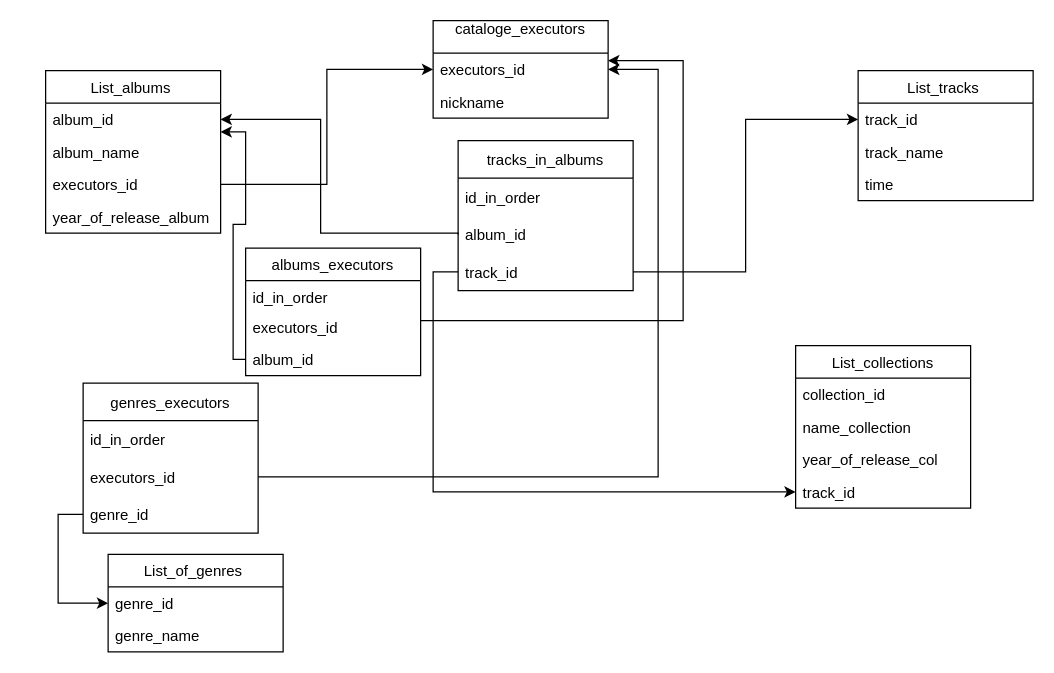
Above: схема ДЗ №3.drawio in sav1979/Designing-BD-zvyazi-ZNF (draw.io), before the change. Source tidied: cells renumbered, new cells numbered last; positions are measured from the earlier drawing's top-left corner, leaving out a move shared by most shapes. Both pictures are drawn from the tidied source at 125%, with x=0, y=0 at pixel (45, 20).
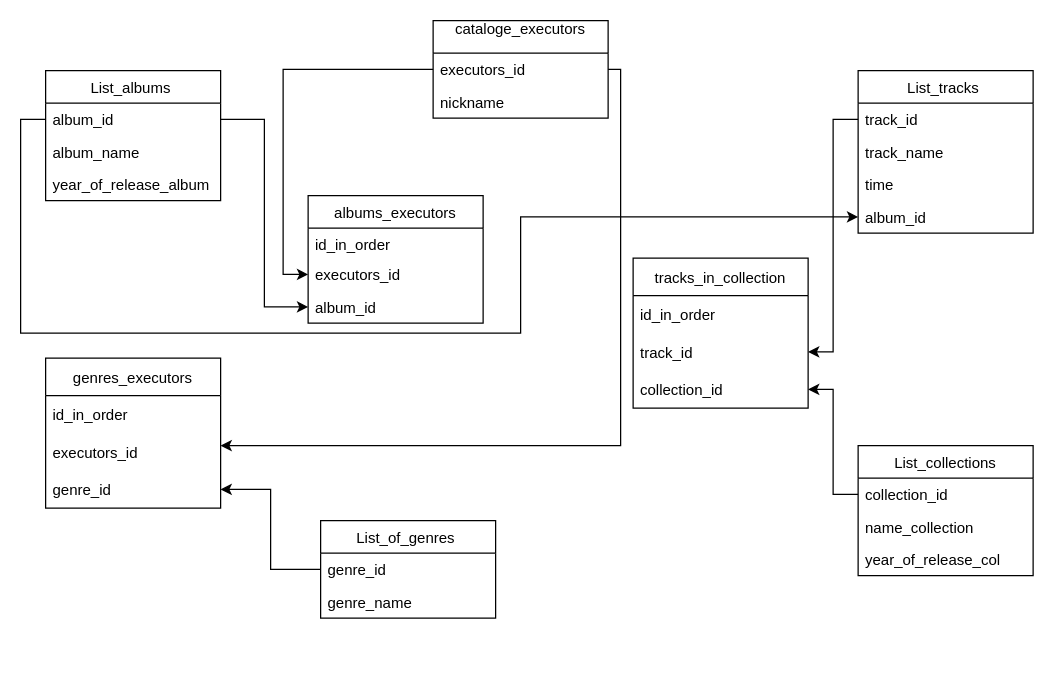
After the change.

The change refers to these unchanged cells:
```xml
<mxCell id="3" value="executors_id " style="text;strokeColor=none;fillColor=none;align=left;verticalAlign=top;spacingLeft=4;spacingRight=4;overflow=hidden;points=[[0,0.5],[1,0.5]];portConstraint=eastwest;" parent="2" vertex="1">
  <mxGeometry y="26" width="140" height="26" as="geometry" />
</mxCell>
<mxCell id="6" value="album_id " style="text;strokeColor=none;fillColor=none;align=left;verticalAlign=top;spacingLeft=4;spacingRight=4;overflow=hidden;points=[[0,0.5],[1,0.5]];portConstraint=eastwest;" parent="5" vertex="1">
  <mxGeometry y="26" width="140" height="26" as="geometry" />
</mxCell>
<mxCell id="11" value="track_id " style="text;strokeColor=none;fillColor=none;align=left;verticalAlign=top;spacingLeft=4;spacingRight=4;overflow=hidden;points=[[0,0.5],[1,0.5]];portConstraint=eastwest;" parent="10" vertex="1">
  <mxGeometry y="26" width="140" height="26" as="geometry" />
</mxCell>
<mxCell id="15" value="genre_id " style="text;strokeColor=none;fillColor=none;align=left;verticalAlign=top;spacingLeft=4;spacingRight=4;overflow=hidden;points=[[0,0.5],[1,0.5]];portConstraint=eastwest;" parent="14" vertex="1">
  <mxGeometry y="26" width="140" height="26" as="geometry" />
</mxCell>
<mxCell id="19" value="executors_id " style="text;strokeColor=none;fillColor=none;align=left;verticalAlign=top;spacingLeft=4;spacingRight=4;overflow=hidden;points=[[0,0.5],[1,0.5]];portConstraint=eastwest;" parent="17" vertex="1">
  <mxGeometry y="50" width="140" height="26" as="geometry" />
</mxCell>
<mxCell id="20" value="album_id" style="text;strokeColor=none;fillColor=none;align=left;verticalAlign=top;spacingLeft=4;spacingRight=4;overflow=hidden;points=[[0,0.5],[1,0.5]];portConstraint=eastwest;" parent="17" vertex="1">
  <mxGeometry y="76" width="140" height="26" as="geometry" />
</mxCell>
<mxCell id="22" value="collection_id" style="text;strokeColor=none;fillColor=none;align=left;verticalAlign=top;spacingLeft=4;spacingRight=4;overflow=hidden;points=[[0,0.5],[1,0.5]];portConstraint=eastwest;" parent="21" vertex="1">
  <mxGeometry y="26" width="140" height="26" as="geometry" />
</mxCell>
<mxCell id="34" value="executors_id " style="text;strokeColor=none;fillColor=none;align=left;verticalAlign=middle;spacingLeft=4;spacingRight=4;overflow=hidden;points=[[0,0.5],[1,0.5]];portConstraint=eastwest;" parent="32" vertex="1">
  <mxGeometry y="60" width="140" height="30" as="geometry" />
</mxCell>
<mxCell id="35" value="genre_id " style="text;strokeColor=none;fillColor=none;align=left;verticalAlign=middle;spacingLeft=4;spacingRight=4;overflow=hidden;points=[[0,0.5],[1,0.5]];portConstraint=eastwest;" parent="32" vertex="1">
  <mxGeometry y="90" width="140" height="30" as="geometry" />
</mxCell>
```

Change to the diagram source:
```diff
@@
     <mxCell id="5" value="List_albums " style="swimlane;fontStyle=0;horizontal=1;startSize=26;fillColor=none;" parent="1" vertex="1">
-      <mxGeometry y="40" width="140" height="130" as="geometry" />
+      <mxGeometry y="40" width="140" height="104" as="geometry" />
     </mxCell>
@@
-    <mxCell id="8" value="executors_id " style="text;strokeColor=none;fillColor=none;align=left;verticalAlign=top;spacingLeft=4;spacingRight=4;overflow=hidden;points=[[0,0.5],[1,0.5]];portConstraint=eastwest;" parent="5" vertex="1">
-      <mxGeometry y="78" width="140" height="26" as="geometry" />
-    </mxCell>
     <mxCell id="9" value="year_of_release_album" style="text;strokeColor=none;fillColor=none;align=left;verticalAlign=top;spacingLeft=4;spacingRight=4;overflow=hidden;" parent="5" vertex="1">
-      <mxGeometry y="104" width="140" height="26" as="geometry" />
+      <mxGeometry y="78" width="140" height="26" as="geometry" />
     </mxCell>
     <mxCell id="10" value="List_tracks " style="swimlane;fontStyle=0;horizontal=1;startSize=26;fillColor=none;" parent="1" vertex="1">
-      <mxGeometry x="650" y="40" width="140" height="104" as="geometry" />
+      <mxGeometry x="650" y="40" width="140" height="130" as="geometry" />
     </mxCell>
@@
+    <mxCell id="42" value="album_id " style="text;strokeColor=none;fillColor=none;align=left;verticalAlign=top;spacingLeft=4;spacingRight=4;overflow=hidden;points=[[0,0.5],[1,0.5]];portConstraint=eastwest;" parent="10" vertex="1">
+      <mxGeometry y="104" width="140" height="26" as="geometry" />
+    </mxCell>
     <mxCell id="14" value="List_of_genres " style="swimlane;fontStyle=0;horizontal=1;startSize=26;fillColor=none;" parent="1" vertex="1">
-      <mxGeometry x="50" y="427" width="140" height="78" as="geometry" />
+      <mxGeometry x="220" y="400" width="140" height="78" as="geometry" />
     </mxCell>
@@
     <mxCell id="17" value="albums_executors" style="swimlane;fontStyle=0;horizontal=1;startSize=26;fillColor=none;" parent="1" vertex="1">
-      <mxGeometry x="160" y="182" width="140" height="102" as="geometry" />
+      <mxGeometry x="210" y="140" width="140" height="102" as="geometry" />
     </mxCell>
@@
     <mxCell id="21" value="List_collections" style="swimlane;fontStyle=0;horizontal=1;startSize=26;fillColor=none;" parent="1" vertex="1">
-      <mxGeometry x="600" y="260" width="140" height="130" as="geometry" />
+      <mxGeometry x="650" y="340" width="140" height="104" as="geometry" />
     </mxCell>
@@
-    <mxCell id="25" value="track_id " style="text;strokeColor=none;fillColor=none;align=left;verticalAlign=top;spacingLeft=4;spacingRight=4;overflow=hidden;points=[[0,0.5],[1,0.5]];portConstraint=eastwest;" parent="21" vertex="1">
-      <mxGeometry y="104" width="140" height="26" as="geometry" />
-    </mxCell>
-    <mxCell id="26" style="edgeStyle=orthogonalEdgeStyle;rounded=0;jettySize=auto;html=1;exitX=1;exitY=0.5;exitDx=0;exitDy=0;entryX=0;entryY=0.5;entryDx=0;entryDy=0;" parent="1" edge="1" source="8" target="3">
-      <mxGeometry relative="1" as="geometry" />
-    </mxCell>
-    <mxCell id="27" value="tracks_in_albums" style="swimlane;fontStyle=0;horizontal=1;startSize=30;" parent="1" vertex="1">
-      <mxGeometry x="330" y="96" width="140" height="120" as="geometry" />
+    <mxCell id="27" value="tracks_in_collection" style="swimlane;fontStyle=0;horizontal=1;startSize=30;" parent="1" vertex="1">
+      <mxGeometry x="470" y="190" width="140" height="120" as="geometry" />
     </mxCell>
@@
+    <mxCell id="30" value="track_id " style="text;strokeColor=none;fillColor=none;align=left;verticalAlign=middle;spacingLeft=4;spacingRight=4;overflow=hidden;points=[[0,0.5],[1,0.5]];portConstraint=eastwest;" parent="27" vertex="1">
+      <mxGeometry y="60" width="140" height="30" as="geometry" />
+    </mxCell>
-    <mxCell id="29" value="album_id " style="text;strokeColor=none;fillColor=none;align=left;verticalAlign=middle;spacingLeft=4;spacingRight=4;overflow=hidden;points=[[0,0.5],[1,0.5]];portConstraint=eastwest;" parent="27" vertex="1">
-      <mxGeometry y="60" width="140" height="30" as="geometry" />
+    <mxCell id="29" value="collection_id " style="text;strokeColor=none;fillColor=none;align=left;verticalAlign=middle;spacingLeft=4;spacingRight=4;overflow=hidden;points=[[0,0.5],[1,0.5]];portConstraint=eastwest;" parent="27" vertex="1">
+      <mxGeometry y="90" width="140" height="30" as="geometry" />
     </mxCell>
-    <mxCell id="30" value="track_id " style="text;strokeColor=none;fillColor=none;align=left;verticalAlign=middle;spacingLeft=4;spacingRight=4;overflow=hidden;points=[[0,0.5],[1,0.5]];portConstraint=eastwest;" parent="27" vertex="1">
-      <mxGeometry y="90" width="140" height="30" as="geometry" />
-    </mxCell>
-    <mxCell id="31" style="edgeStyle=orthogonalEdgeStyle;rounded=0;jettySize=auto;html=1;exitX=0;exitY=0.5;exitDx=0;exitDy=0;entryX=1;entryY=0.5;entryDx=0;entryDy=0;" parent="1" edge="1" source="29" target="6">
-      <mxGeometry relative="1" as="geometry">
-        <Array as="points">
-          <mxPoint x="330" y="170" />
-          <mxPoint x="220" y="170" />
-          <mxPoint x="220" y="79" />
-        </Array>
-      </mxGeometry>
-    </mxCell>
     <mxCell id="32" value="genres_executors" style="swimlane;fontStyle=0;horizontal=1;startSize=30;" parent="1" vertex="1">
-      <mxGeometry x="30" y="290" width="140" height="120" as="geometry" />
+      <mxGeometry y="270" width="140" height="120" as="geometry" />
     </mxCell>
@@
-    <mxCell id="36" style="edgeStyle=orthogonalEdgeStyle;rounded=0;jettySize=auto;html=1;exitX=1;exitY=0.5;exitDx=0;exitDy=0;entryX=1;entryY=0.5;entryDx=0;entryDy=0;" parent="1" edge="1" source="34" target="3">
-      <mxGeometry relative="1" as="geometry">
-        <Array as="points">
-          <mxPoint x="490" y="365" />
-          <mxPoint x="490" y="39" />
-        </Array>
-      </mxGeometry>
-    </mxCell>
-    <mxCell id="37" style="edgeStyle=orthogonalEdgeStyle;rounded=0;jettySize=auto;html=1;exitX=0;exitY=0.5;exitDx=0;exitDy=0;entryX=0;entryY=0.5;entryDx=0;entryDy=0;" parent="1" edge="1" source="35" target="15">
-      <mxGeometry relative="1" as="geometry" />
-    </mxCell>
-    <mxCell id="38" style="edgeStyle=orthogonalEdgeStyle;rounded=0;jettySize=auto;html=1;exitX=0;exitY=0.5;exitDx=0;exitDy=0;entryX=1;entryY=0.885;entryDx=0;entryDy=0;entryPerimeter=0;" parent="1" edge="1" source="20" target="6">
-      <mxGeometry relative="1" as="geometry">
-        <Array as="points">
-          <mxPoint x="150" y="271" />
-          <mxPoint x="150" y="163" />
-          <mxPoint x="160" y="163" />
-          <mxPoint x="160" y="89" />
-        </Array>
-      </mxGeometry>
-    </mxCell>
-    <mxCell id="39" style="edgeStyle=orthogonalEdgeStyle;rounded=0;orthogonalLoop=1;jettySize=auto;html=1;" parent="1" edge="1">
-      <mxGeometry relative="1" as="geometry">
-        <mxPoint x="300" y="240" as="sourcePoint" />
-        <mxPoint x="450" y="32" as="targetPoint" />
-        <Array as="points">
-          <mxPoint x="300" y="240" />
-          <mxPoint x="510" y="240" />
-          <mxPoint x="510" y="32" />
-        </Array>
-      </mxGeometry>
-    </mxCell>
-    <mxCell id="40" style="edgeStyle=orthogonalEdgeStyle;rounded=0;jettySize=auto;html=1;exitX=0;exitY=0.5;exitDx=0;exitDy=0;entryX=0;entryY=0.5;entryDx=0;entryDy=0;" parent="1" edge="1" source="30" target="25">
-      <mxGeometry relative="1" as="geometry" />
-    </mxCell>
-    <mxCell id="41" style="edgeStyle=orthogonalEdgeStyle;rounded=0;jettySize=auto;html=1;exitX=1;exitY=0.5;exitDx=0;exitDy=0;entryX=0;entryY=0.5;entryDx=0;entryDy=0;" parent="1" edge="1" source="30" target="11">
-      <mxGeometry relative="1" as="geometry" />
-    </mxCell>
+    <mxCell id="43" style="edgeStyle=orthogonalEdgeStyle;rounded=0;jettySize=auto;html=1;exitX=0;exitY=0.5;exitDx=0;exitDy=0;entryX=0;entryY=0.5;entryDx=0;entryDy=0;" parent="1" edge="1" source="3" target="19">
+      <mxGeometry relative="1" as="geometry" />
+    </mxCell>
+    <mxCell id="44" style="edgeStyle=orthogonalEdgeStyle;rounded=0;jettySize=auto;html=1;exitX=1;exitY=0.5;exitDx=0;exitDy=0;entryX=0;entryY=0.5;entryDx=0;entryDy=0;" parent="1" edge="1" source="6" target="20">
+      <mxGeometry relative="1" as="geometry" />
+    </mxCell>
+    <mxCell id="45" style="edgeStyle=orthogonalEdgeStyle;rounded=0;jettySize=auto;html=1;exitX=1;exitY=0.5;exitDx=0;exitDy=0;" parent="1" edge="1" source="3">
+      <mxGeometry relative="1" as="geometry">
+        <mxPoint x="140" y="340" as="targetPoint" />
+        <Array as="points">
+          <mxPoint x="460" y="39" />
+          <mxPoint x="460" y="340" />
+          <mxPoint x="140" y="340" />
+        </Array>
+      </mxGeometry>
+    </mxCell>
+    <mxCell id="46" style="edgeStyle=orthogonalEdgeStyle;rounded=0;jettySize=auto;html=1;exitX=0;exitY=0.5;exitDx=0;exitDy=0;entryX=1;entryY=0.5;entryDx=0;entryDy=0;" parent="1" edge="1" source="15" target="35">
+      <mxGeometry relative="1" as="geometry" />
+    </mxCell>
+    <mxCell id="47" style="edgeStyle=orthogonalEdgeStyle;rounded=0;jettySize=auto;html=1;exitX=0;exitY=0.5;exitDx=0;exitDy=0;entryX=0;entryY=0.5;entryDx=0;entryDy=0;" parent="1" edge="1" source="6" target="42">
+      <mxGeometry relative="1" as="geometry">
+        <Array as="points">
+          <mxPoint x="-20" y="79" />
+          <mxPoint x="-20" y="250" />
+          <mxPoint x="380" y="250" />
+          <mxPoint x="380" y="157" />
+        </Array>
+      </mxGeometry>
+    </mxCell>
+    <mxCell id="48" style="edgeStyle=orthogonalEdgeStyle;rounded=0;jettySize=auto;html=1;exitX=0;exitY=0.5;exitDx=0;exitDy=0;entryX=1;entryY=0.5;entryDx=0;entryDy=0;" parent="1" edge="1" source="11" target="30">
+      <mxGeometry relative="1" as="geometry" />
+    </mxCell>
+    <mxCell id="49" style="edgeStyle=orthogonalEdgeStyle;rounded=0;jettySize=auto;html=1;exitX=0;exitY=0.5;exitDx=0;exitDy=0;entryX=1;entryY=0.5;entryDx=0;entryDy=0;" parent="1" edge="1" source="22" target="29">
+      <mxGeometry relative="1" as="geometry" />
+    </mxCell>
```
